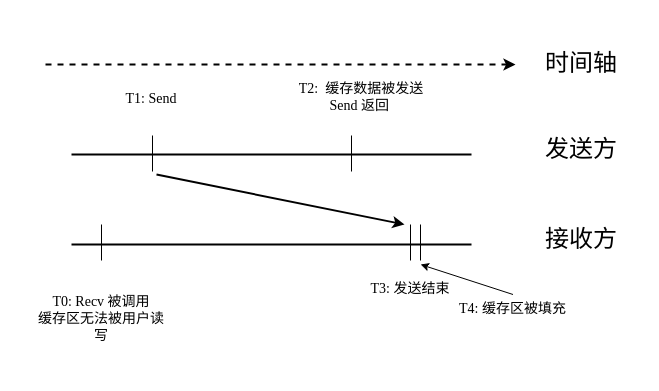
Before: drawio/ch-mpi/blocking.drawio in godaai/scale-py-zh, a draw.io diagram. Source tidied: cells renumbered, new cells numbered last; positions are measured from the earlier drawing's top-left corner, leaving out a move shared by most shapes. Both pictures are drawn from the tidied source at 100%, with x=0, y=0 at pixel (17, 17).
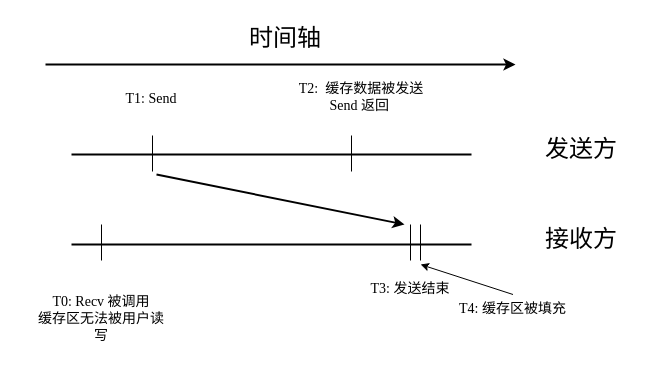
The same diagram, later.

What changed in the source:
```diff
@@
-    <mxCell id="12" style="endArrow=classic;html=1;rounded=0;fontSize=14;dashed=1;strokeWidth=2;fontFamily=Times New Roman;" parent="1" edge="1">
+    <mxCell id="12" style="endArrow=classic;html=1;rounded=0;fontSize=14;strokeWidth=2;fontFamily=Times New Roman;" parent="1" edge="1">
       <mxGeometry relative="1" as="geometry">
         <mxPoint x="28" y="47" as="sourcePoint" />
         <mxPoint x="498" y="47" as="targetPoint" />
       </mxGeometry>
     </mxCell>
     <mxCell id="13" value="时间轴" style="text;html=1;strokeColor=none;fillColor=none;align=center;verticalAlign=middle;whiteSpace=wrap;rounded=0;fontSize=24;fontFamily=Times New Roman;" parent="1" vertex="1">
-      <mxGeometry x="519" y="31" width="90" height="30" as="geometry" />
+      <mxGeometry x="223" y="6" width="90" height="30" as="geometry" />
     </mxCell>
```
